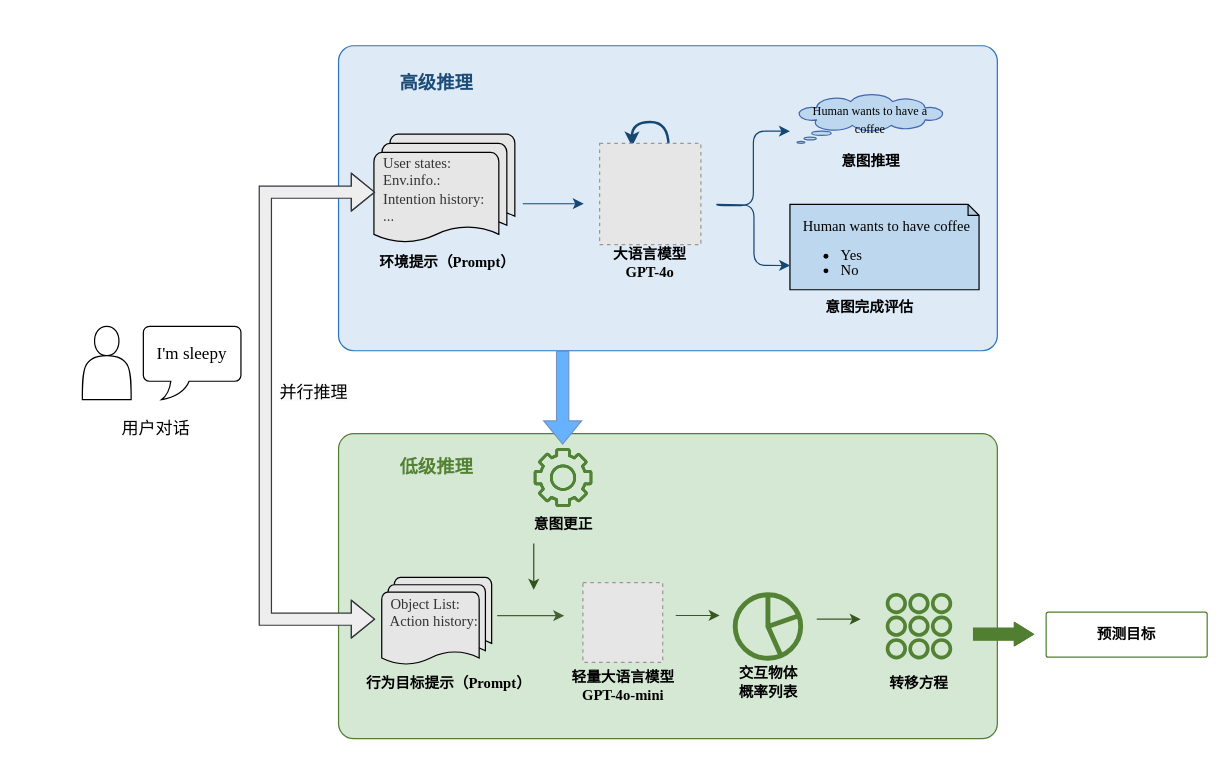
Rinco1018/project_test keeps this draw.io diagram as 预测方法框架.drawio. Above is the earlier version. Source tidied: cells renumbered, new cells numbered last; positions are measured from the earlier drawing's top-left corner, leaving out a move shared by most shapes. Both pictures are drawn from the tidied source at 122%, with x=0, y=0 at pixel (21, 21). Pictures stored in the file or linked from it are replaced by grey dashed boxes.
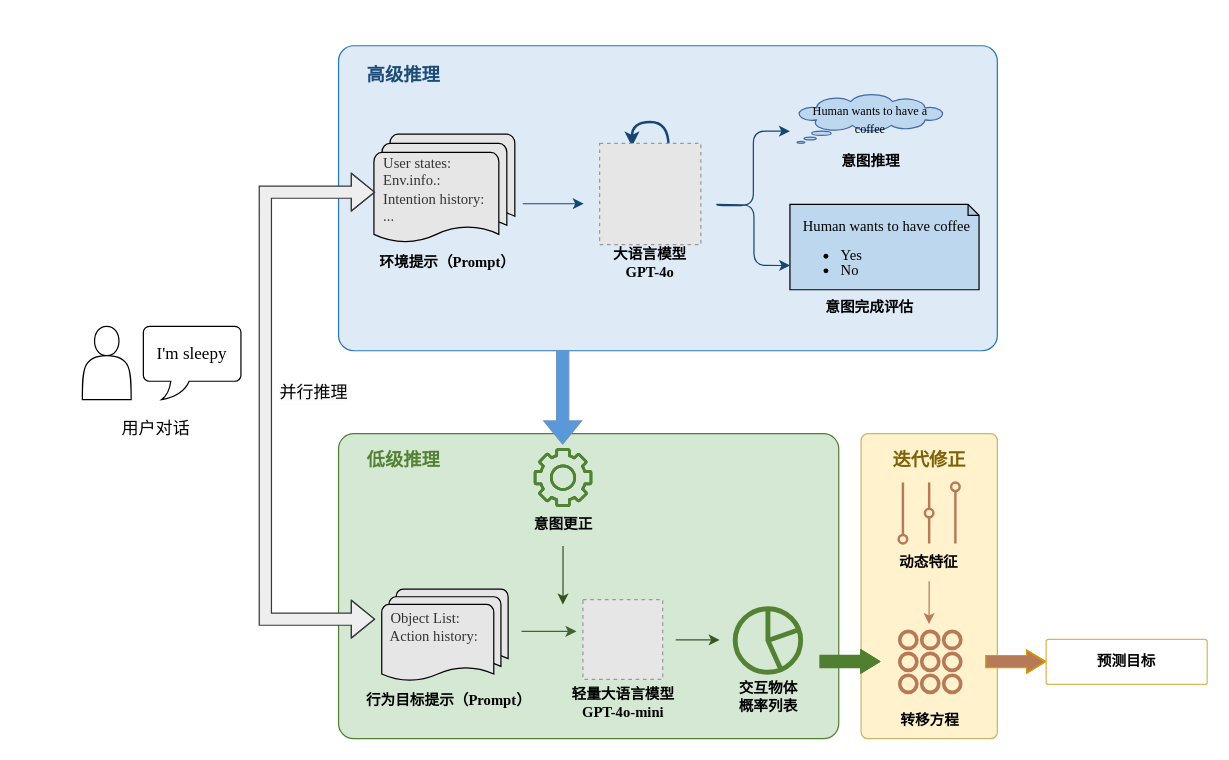
The same page after the edit.

Commit message (it also covers changes not shown here):
更新预测方法框架.drawio

What changed in the source:
```diff
@@
+    <mxCell id="57" style="rounded=1;arcSize=5;whiteSpace=wrap;html=1;fillColor=#fff2cc;strokeColor=light-dark(#ccb66b, #6d5100);" parent="1" vertex="1">
+      <mxGeometry x="688.3" y="338" width="111.7" height="250" as="geometry" />
+    </mxCell>
     <mxCell id="2" style="rounded=1;arcSize=5;whiteSpace=wrap;html=1;fillColor=#d5e8d4;strokeColor=light-dark(#517f31, #446e2c);" parent="1" vertex="1">
-      <mxGeometry x="260" y="338" width="540" height="250" as="geometry" />
+      <mxGeometry x="260" y="338" width="410" height="250" as="geometry" />
     </mxCell>
@@
     <mxCell id="11" style="group;strokeWidth=24;" parent="1" vertex="1">
-      <mxGeometry x="299" y="450" width="115.3" height="108.2" as="geometry" />
+      <mxGeometry x="299" y="460" width="115.3" height="98.2" as="geometry" />
     </mxCell>
     <mxCell id="12" style="text;html=1;align=center;verticalAlign=middle;strokeColor=none;fillColor=none;fontStyle=4;" parent="11" vertex="1">
-      <mxGeometry x="32.4" y="78.2" width="20" height="30" as="geometry" />
+      <mxGeometry x="32.4" y="71" width="20" height="30" as="geometry" />
     </mxCell>
     <mxCell id="13" value="&lt;b&gt;&lt;font face=&quot;Times New Roman&quot;&gt;行为目标提示（Prompt）&lt;/font&gt;&lt;/b&gt;" style="text;html=1;align=center;verticalAlign=middle;strokeColor=none;fillColor=none;" parent="11" vertex="1">
-      <mxGeometry x="-29" y="78.2" width="160" height="30" as="geometry" />
+      <mxGeometry x="-29" y="81.7" width="160" height="30" as="geometry" />
     </mxCell>
     <mxCell id="14" value="&lt;div style=&quot;color: rgb(51, 51, 51);&quot;&gt;&lt;span style=&quot;background-color: transparent; color: light-dark(rgb(51, 51, 51), rgb(193, 193, 193));&quot;&gt;&lt;font face=&quot;Times New Roman&quot;&gt;&amp;nbsp; Object List:&lt;/font&gt;&lt;/span&gt;&lt;/div&gt;&lt;div style=&quot;color: rgb(51, 51, 51);&quot;&gt;&lt;font face=&quot;Times New Roman&quot;&gt;&amp;nbsp; Action history:&lt;/font&gt;&lt;/div&gt;&lt;div style=&quot;color: rgb(51, 51, 51);&quot;&gt;&lt;font face=&quot;Times New Roman&quot;&gt;&amp;nbsp;&amp;nbsp;&lt;/font&gt;&lt;/div&gt;" style="strokeWidth=1;html=1;shape=mxgraph.flowchart.multi-document;whiteSpace=wrap;align=left;fillColor=light-dark(#e7e6e6, #ededed);" parent="11" vertex="1">
-      <mxGeometry x="-3.6" y="5.8" width="90.1" height="72.4" as="geometry" />
+      <mxGeometry x="-3.6" y="5.3" width="103.6" height="76.4" as="geometry" />
     </mxCell>
@@
     <mxCell id="22" value="&lt;font style=&quot;font-size: 15px;&quot; face=&quot;Times New Roman&quot;&gt;高级推理&lt;/font&gt;" style="text;html=1;align=center;verticalAlign=middle;strokeColor=none;fillColor=none;fontColor=light-dark(#1c4c77, #a1cdf9);fontStyle=1;" parent="1" vertex="1">
-      <mxGeometry x="300" y="35" width="80" height="30" as="geometry" />
+      <mxGeometry x="273" y="28" width="80" height="30" as="geometry" />
     </mxCell>
     <mxCell id="23" value="&lt;font style=&quot;font-size: 15px;&quot; face=&quot;Times New Roman&quot;&gt;低级推理&lt;/font&gt;" style="text;html=1;align=center;verticalAlign=middle;strokeColor=none;fillColor=none;fontColor=light-dark(#548235, #69c195);fontStyle=1;" parent="1" vertex="1">
-      <mxGeometry x="300" y="350" width="80" height="30" as="geometry" />
+      <mxGeometry x="273" y="344" width="80" height="30" as="geometry" />
     </mxCell>
@@
-    <mxCell id="29" style="edgeStyle=orthogonalEdgeStyle;rounded=1;orthogonalLoop=1;jettySize=auto;html=1;fillColor=#1ba1e2;strokeColor=light-dark(#446230, #28ab6a);curved=0;" parent="1" edge="1">
-      <mxGeometry relative="1" as="geometry">
-        <mxPoint x="390" y="487.2" as="sourcePoint" />
-        <mxPoint x="445" y="487.2" as="targetPoint" />
-      </mxGeometry>
-    </mxCell>
-    <mxCell id="30" style="group;" parent="1" vertex="1">
-      <mxGeometry x="449.6" y="445" width="99.9" height="110.4" as="geometry" />
-    </mxCell>
-    <mxCell id="31" style="group;fontStyle=0;strokeWidth=2;" parent="30" vertex="1">
-      <mxGeometry width="99.9" height="110.4" as="geometry" />
-    </mxCell>
-    <mxCell id="32" value="&lt;b&gt;&lt;font face=&quot;Times New Roman&quot;&gt;轻量大语言模型&lt;/font&gt;&lt;/b&gt;&lt;div&gt;&lt;b&gt;&lt;font face=&quot;Times New Roman&quot;&gt;GPT-4o-mini&lt;/font&gt;&lt;/b&gt;&lt;/div&gt;" style="text;html=1;align=center;verticalAlign=middle;strokeColor=none;fillColor=none;" parent="31" vertex="1">
-      <mxGeometry x="-11.6" y="80.4" width="110" height="40" as="geometry" />
-    </mxCell>
-    <mxCell id="33" style="shape=flexArrow;endArrow=classic;html=1;rounded=0;fillColor=#66B2FF;strokeColor=light-dark(#7193c2, #ededed);" parent="1" edge="1">
+    <mxCell id="33" style="shape=flexArrow;endArrow=classic;html=1;rounded=0;fillColor=light-dark(#5999d9, #2566a8);strokeColor=light-dark(#7193c2, #ededed);" parent="1" edge="1">
       <mxGeometry relative="1" as="geometry">
         <mxPoint x="443.7" y="270" as="sourcePoint" />
         <mxPoint x="443.7" y="347" as="targetPoint" />
       </mxGeometry>
     </mxCell>
     <mxCell id="34" style="edgeStyle=orthogonalEdgeStyle;rounded=1;orthogonalLoop=1;jettySize=auto;html=1;fillColor=#1ba1e2;strokeColor=light-dark(#33531e, #28ab6a);curved=0;horizontal=1;" parent="1" edge="1">
       <mxGeometry relative="1" as="geometry">
-        <mxPoint x="420" y="428" as="sourcePoint" />
-        <mxPoint x="420" y="466" as="targetPoint" />
+        <mxPoint x="444" y="430" as="sourcePoint" />
+        <mxPoint x="443.9" y="478" as="targetPoint" />
         <Array as="points">
-          <mxPoint x="420" y="456" />
-          <mxPoint x="420" y="456" />
+          <mxPoint x="443.9" y="468" />
+          <mxPoint x="443.9" y="468" />
         </Array>
       </mxGeometry>
     </mxCell>
     <mxCell id="35" style="edgeStyle=orthogonalEdgeStyle;rounded=1;orthogonalLoop=1;jettySize=auto;html=1;fillColor=#1ba1e2;strokeColor=light-dark(#385723, #28ab6a);curved=0;" parent="1" edge="1">
       <mxGeometry relative="1" as="geometry">
-        <mxPoint x="536.4" y="487" as="sourcePoint" />
-        <mxPoint x="572.4" y="487" as="targetPoint" />
+        <mxPoint x="536.4" y="507" as="sourcePoint" />
+        <mxPoint x="572.4" y="507" as="targetPoint" />
         <Array as="points">
-          <mxPoint x="572.7" y="487.2" />
-          <mxPoint x="572.7" y="487.2" />
+          <mxPoint x="572.7" y="507.2" />
+          <mxPoint x="572.7" y="507.2" />
         </Array>
       </mxGeometry>
     </mxCell>
@@
-    <mxCell id="45" style="fillColor=#E6E6E6;strokeColor=#999999;dashed=1;html=1;verticalAlign=top;verticalLabelPosition=bottom;labelBackgroundColor=#ffffff;" parent="1" vertex="1">
-      <mxGeometry x="460.3" y="460" width="65.4" height="65.4" as="geometry" />
-    </mxCell>
@@
-    <mxCell id="48" style="edgeStyle=orthogonalEdgeStyle;rounded=1;orthogonalLoop=1;jettySize=auto;html=1;fillColor=#1ba1e2;strokeColor=light-dark(#385723, #28ab6a);curved=0;" parent="1" edge="1">
-      <mxGeometry relative="1" as="geometry">
-        <mxPoint x="652" y="490" as="sourcePoint" />
-        <mxPoint x="688" y="490" as="targetPoint" />
-        <Array as="points">
-          <mxPoint x="688.4" y="490.2" />
-          <mxPoint x="688.4" y="490.2" />
-        </Array>
-      </mxGeometry>
-    </mxCell>
     <mxCell id="49" style="group;" parent="1" vertex="1">
-      <mxGeometry x="562" y="470" width="100" height="87" as="geometry" />
+      <mxGeometry x="562" y="481.5" width="100" height="87" as="geometry" />
     </mxCell>
@@
-    <mxCell id="52" style="group;" parent="1" vertex="1">
-      <mxGeometry x="680" y="470" width="130" height="88.2" as="geometry" />
-    </mxCell>
-    <mxCell id="53" style="shape=flexArrow;endArrow=classic;html=1;rounded=0;fillColor=light-dark(#517f31, #2566a8);strokeColor=light-dark(#517f31, #ededed);endWidth=8.045977011494253;endSize=4.83448275862069;" parent="52" edge="1">
-      <mxGeometry relative="1" as="geometry">
-        <mxPoint x="100" y="32.3" as="sourcePoint" />
-        <mxPoint x="150" y="32.3" as="targetPoint" />
-        <Array as="points">
-          <mxPoint x="110" y="32.3" />
-        </Array>
-      </mxGeometry>
-    </mxCell>
-    <mxCell id="54" style="html=1;verticalLabelPosition=bottom;align=center;labelBackgroundColor=#ffffff;verticalAlign=top;strokeWidth=3;strokeColor=light-dark(#548235, #32a0ff);shadow=0;dashed=0;shape=mxgraph.ios7.icons.keypad;fillColor=none;" parent="1" vertex="1">
-      <mxGeometry x="710" y="470" width="51.5" height="51.5" as="geometry" />
+    <mxCell id="54" style="html=1;verticalLabelPosition=bottom;align=center;labelBackgroundColor=#ffffff;verticalAlign=top;strokeWidth=3;strokeColor=light-dark(#b67a58, #32a0ff);shadow=0;dashed=0;shape=mxgraph.ios7.icons.keypad;fillColor=none;" parent="1" vertex="1">
+      <mxGeometry x="720" y="500" width="50" height="50" as="geometry" />
     </mxCell>
-    <mxCell id="55" value="&lt;b&gt;预测目标&lt;/b&gt;" style="rounded=1;arcSize=5;whiteSpace=wrap;html=1;fillColor=light-dark(#ffffff, #1f2f1e);strokeColor=light-dark(#517f31, #446e2c);" parent="1" vertex="1">
-      <mxGeometry x="840" y="484.2" width="132" height="37" as="geometry" />
+    <mxCell id="55" value="&lt;b&gt;预测目标&lt;/b&gt;" style="rounded=1;arcSize=5;whiteSpace=wrap;html=1;fillColor=none;strokeColor=#d6b656;" parent="1" vertex="1">
+      <mxGeometry x="840" y="506.5" width="132" height="37" as="geometry" />
     </mxCell>
     <mxCell id="56" value="&lt;b&gt;转移方程&lt;/b&gt;" style="text;html=1;align=center;verticalAlign=middle;whiteSpace=wrap;rounded=0;" parent="1" vertex="1">
-      <mxGeometry x="705.8" y="528.2" width="60" height="30" as="geometry" />
+      <mxGeometry x="715" y="558" width="60" height="30" as="geometry" />
     </mxCell>
+    <mxCell id="58" style="shape=flexArrow;endArrow=classic;html=1;rounded=0;fillColor=light-dark(#517f31, #2566a8);strokeColor=light-dark(#517f31, #ededed);endWidth=8.045977011494253;endSize=4.83448275862069;" parent="1" edge="1">
+      <mxGeometry relative="1" as="geometry">
+        <mxPoint x="654.1" y="524.7" as="sourcePoint" />
+        <mxPoint x="704.1" y="524.7" as="targetPoint" />
+        <Array as="points">
+          <mxPoint x="664.1" y="524.7" />
+        </Array>
+      </mxGeometry>
+    </mxCell>
+    <mxCell id="59" value="&lt;font face=&quot;Times New Roman&quot;&gt;&lt;span style=&quot;font-size: 15px;&quot;&gt;迭代修正&lt;/span&gt;&lt;/font&gt;" style="text;html=1;align=center;verticalAlign=middle;strokeColor=none;fillColor=none;fontColor=light-dark(#7f6105, #69c195);fontStyle=1;" parent="1" vertex="1">
+      <mxGeometry x="704.1" y="344" width="80" height="30" as="geometry" />
+    </mxCell>
+    <mxCell id="60" style="html=1;verticalLabelPosition=bottom;align=center;labelBackgroundColor=#ffffff;verticalAlign=top;strokeWidth=2;strokeColor=light-dark(#b67a58, #32a0ff);shadow=0;dashed=0;shape=mxgraph.ios7.icons.volume;fillColor=light-dark(#fff2cc, #ededed);" parent="1" vertex="1">
+      <mxGeometry x="719.1" y="378" width="50" height="50" as="geometry" />
+    </mxCell>
+    <mxCell id="61" style="group;" parent="1" vertex="1">
+      <mxGeometry x="449.6" y="459" width="99.9" height="110.4" as="geometry" />
+    </mxCell>
+    <mxCell id="30" style="group;" parent="61" vertex="1">
+      <mxGeometry width="99.9" height="110.4" as="geometry" />
+    </mxCell>
+    <mxCell id="31" style="group;fontStyle=0;strokeWidth=2;" parent="30" vertex="1">
+      <mxGeometry width="99.9" height="110.4" as="geometry" />
+    </mxCell>
+    <mxCell id="32" value="&lt;b&gt;&lt;font face=&quot;Times New Roman&quot;&gt;轻量大语言模型&lt;/font&gt;&lt;/b&gt;&lt;div&gt;&lt;b&gt;&lt;font face=&quot;Times New Roman&quot;&gt;GPT-4o-mini&lt;/font&gt;&lt;/b&gt;&lt;/div&gt;" style="text;html=1;align=center;verticalAlign=middle;strokeColor=none;fillColor=none;" parent="31" vertex="1">
+      <mxGeometry x="-11.6" y="80.4" width="110" height="40" as="geometry" />
+    </mxCell>
+    <mxCell id="45" style="fillColor=#E6E6E6;strokeColor=#999999;dashed=1;html=1;verticalAlign=top;verticalLabelPosition=bottom;labelBackgroundColor=#ffffff;" parent="61" vertex="1">
+      <mxGeometry x="10.7" y="15" width="65.4" height="65.4" as="geometry" />
+    </mxCell>
+    <mxCell id="62" style="edgeStyle=orthogonalEdgeStyle;rounded=1;orthogonalLoop=1;jettySize=auto;html=1;fillColor=#1ba1e2;strokeColor=light-dark(#446230, #28ab6a);curved=0;" parent="1" edge="1">
+      <mxGeometry relative="1" as="geometry">
+        <mxPoint x="410" y="500" as="sourcePoint" />
+        <mxPoint x="455" y="500" as="targetPoint" />
+      </mxGeometry>
+    </mxCell>
+    <mxCell id="63" value="&lt;b&gt;动态特征&lt;/b&gt;" style="text;html=1;align=center;verticalAlign=middle;whiteSpace=wrap;rounded=0;" parent="1" vertex="1">
+      <mxGeometry x="714.1" y="429" width="60" height="30" as="geometry" />
+    </mxCell>
+    <mxCell id="64" style="edgeStyle=orthogonalEdgeStyle;rounded=1;jettySize=auto;html=1;fillColor=#1ba1e2;strokeColor=light-dark(#b67b58, #28ab6a);curved=0;horizontal=1;" parent="1" edge="1" source="63">
+      <mxGeometry relative="1" as="geometry">
+        <mxPoint x="744" y="494" as="targetPoint" />
+      </mxGeometry>
+    </mxCell>
+    <mxCell id="53" style="shape=flexArrow;endArrow=classic;html=1;rounded=0;fillColor=light-dark(#b67a58, #36210a);strokeColor=#d79b00;endWidth=8.045977011494253;endSize=4.83448275862069;" parent="1" edge="1">
+      <mxGeometry relative="1" as="geometry">
+        <mxPoint x="790" y="524.8" as="sourcePoint" />
+        <mxPoint x="840" y="524.8" as="targetPoint" />
+        <Array as="points">
+          <mxPoint x="800" y="524.8" />
+        </Array>
+      </mxGeometry>
+    </mxCell>
```
